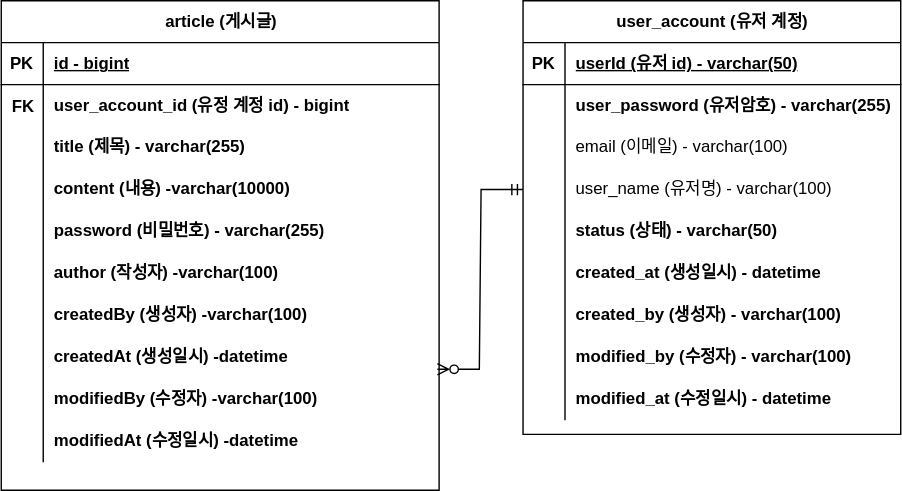
yuni02/sparta09-project-board keeps this draw.io diagram as document/sparta-board-erd.svg. Above is the earlier version. Source tidied: cells renumbered, new cells last; positions are measured from the earlier drawing's top-left corner, leaving out a move shared by most shapes.
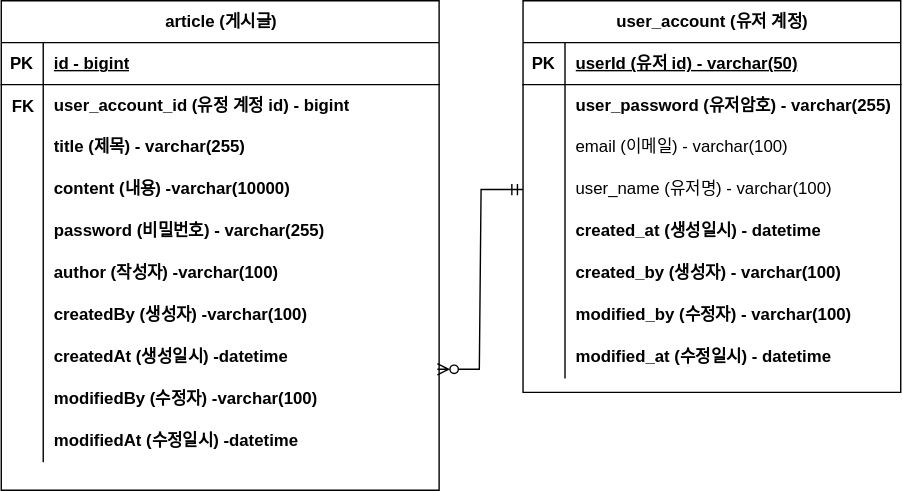
After the change.

Commit message:
#20: erd 업데이트 - user_account 테이블에서 status 컬럼 제거

The edit, as a diff of the source:
```diff
@@ -96,7 +96,7 @@
       <mxGeometry x="30" width="283" height="30" as="geometry" />
     </mxCell>
     <mxCell id="33" value="user_account (유저 계정)" style="shape=table;startSize=30;rowLines=0;fontStyle=1;align=center;html=1;" parent="1" vertex="1">
-      <mxGeometry x="373" width="270" height="310" as="geometry" />
+      <mxGeometry x="373" width="270" height="280" as="geometry" />
     </mxCell>
     <mxCell id="34" style="shape=tableRow;horizontal=0;startSize=0;swimlaneHead=0;swimlaneBody=0;fillColor=none;top=0;left=0;right=0;bottom=1;" parent="33" vertex="1">
       <mxGeometry y="30" width="270" height="30" as="geometry" />
@@ -134,17 +134,8 @@
     <mxCell id="45" value="user_name (유저명) - varchar(100)" style="shape=partialRectangle;fillColor=none;top=0;left=0;bottom=0;right=0;align=left;spacingLeft=6;overflow=hidden;whiteSpace=wrap;html=1;" parent="43" vertex="1">
       <mxGeometry x="30" width="240" height="30" as="geometry" />
     </mxCell>
-    <mxCell id="46" style="shape=tableRow;horizontal=0;startSize=0;swimlaneHead=0;swimlaneBody=0;fillColor=none;top=0;left=0;right=0;bottom=0;" parent="33" vertex="1">
-      <mxGeometry y="150" width="270" height="30" as="geometry" />
-    </mxCell>
-    <mxCell id="47" style="shape=partialRectangle;fillColor=none;top=0;left=0;bottom=0;right=0;overflow=hidden;whiteSpace=wrap;html=1;" parent="46" vertex="1">
-      <mxGeometry width="30" height="30" as="geometry" />
-    </mxCell>
-    <mxCell id="48" value="status (상태) - varchar(50)" style="shape=partialRectangle;fillColor=none;top=0;left=0;bottom=0;right=0;align=left;spacingLeft=6;overflow=hidden;whiteSpace=wrap;html=1;fontStyle=1;" parent="46" vertex="1">
-      <mxGeometry x="30" width="240" height="30" as="geometry" />
-    </mxCell>
     <mxCell id="49" style="shape=tableRow;horizontal=0;startSize=0;swimlaneHead=0;swimlaneBody=0;fillColor=none;top=0;left=0;right=0;bottom=0;" parent="33" vertex="1">
-      <mxGeometry y="180" width="270" height="30" as="geometry" />
+      <mxGeometry y="150" width="270" height="30" as="geometry" />
     </mxCell>
     <mxCell id="50" style="shape=partialRectangle;fillColor=none;top=0;left=0;bottom=0;right=0;overflow=hidden;whiteSpace=wrap;html=1;" parent="49" vertex="1">
       <mxGeometry width="30" height="30" as="geometry" />
@@ -153,7 +144,7 @@
       <mxGeometry x="30" width="240" height="30" as="geometry" />
     </mxCell>
     <mxCell id="52" style="shape=tableRow;horizontal=0;startSize=0;swimlaneHead=0;swimlaneBody=0;fillColor=none;top=0;left=0;right=0;bottom=0;" parent="33" vertex="1">
-      <mxGeometry y="210" width="270" height="30" as="geometry" />
+      <mxGeometry y="180" width="270" height="30" as="geometry" />
     </mxCell>
     <mxCell id="53" style="shape=partialRectangle;fillColor=none;top=0;left=0;bottom=0;right=0;overflow=hidden;whiteSpace=wrap;html=1;" parent="52" vertex="1">
       <mxGeometry width="30" height="30" as="geometry" />
@@ -162,7 +153,7 @@
       <mxGeometry x="30" width="240" height="30" as="geometry" />
     </mxCell>
     <mxCell id="55" style="shape=tableRow;horizontal=0;startSize=0;swimlaneHead=0;swimlaneBody=0;fillColor=none;top=0;left=0;right=0;bottom=0;" parent="33" vertex="1">
-      <mxGeometry y="240" width="270" height="30" as="geometry" />
+      <mxGeometry y="210" width="270" height="30" as="geometry" />
     </mxCell>
     <mxCell id="56" style="shape=partialRectangle;fillColor=none;top=0;left=0;bottom=0;right=0;overflow=hidden;whiteSpace=wrap;html=1;" parent="55" vertex="1">
       <mxGeometry width="30" height="30" as="geometry" />
@@ -171,7 +162,7 @@
       <mxGeometry x="30" width="240" height="30" as="geometry" />
     </mxCell>
     <mxCell id="58" style="shape=tableRow;horizontal=0;startSize=0;swimlaneHead=0;swimlaneBody=0;fillColor=none;top=0;left=0;right=0;bottom=0;" parent="33" vertex="1">
-      <mxGeometry y="270" width="270" height="30" as="geometry" />
+      <mxGeometry y="240" width="270" height="30" as="geometry" />
     </mxCell>
     <mxCell id="59" style="shape=partialRectangle;fillColor=none;top=0;left=0;bottom=0;right=0;overflow=hidden;whiteSpace=wrap;html=1;" parent="58" vertex="1">
       <mxGeometry width="30" height="30" as="geometry" />
```
